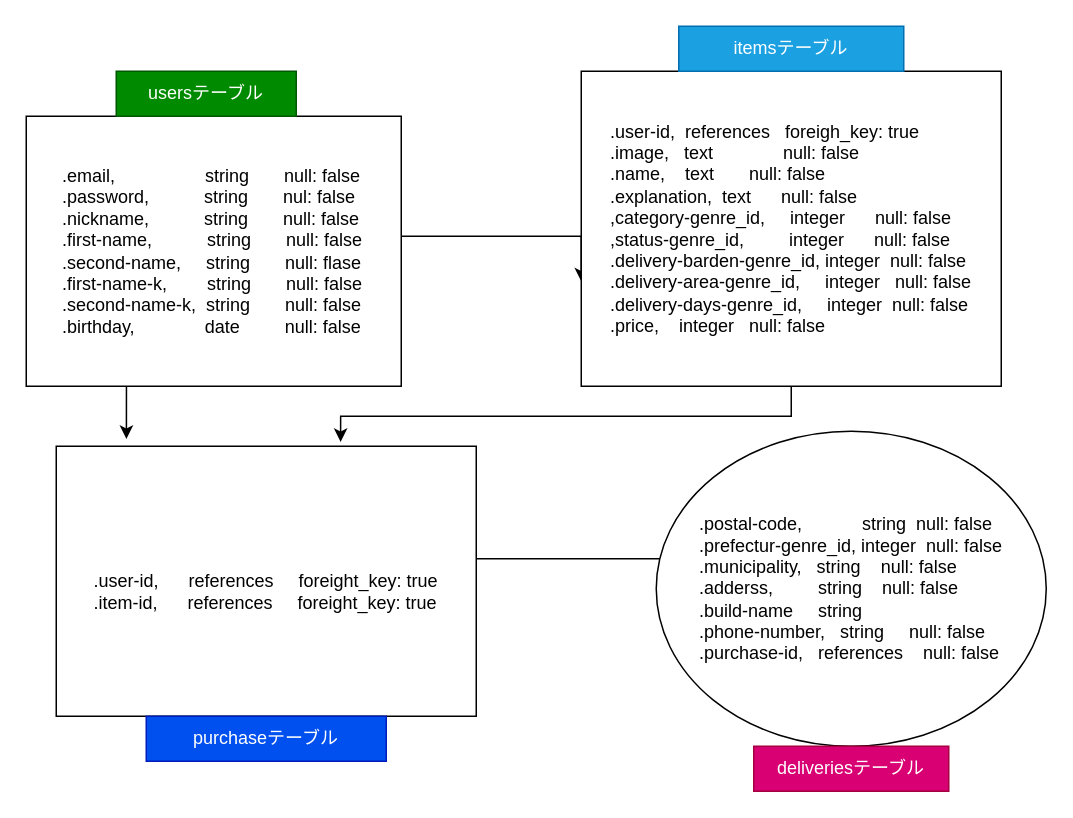
okadahideya/furima-31743 keeps this draw.io diagram as furima.dio. Above is the earlier version. Source tidied: cells renumbered, new cells numbered last; positions are measured from the earlier drawing's top-left corner, leaving out a move shared by most shapes. Both pictures are drawn from the tidied source at 150%, with x=0, y=0 at pixel (26, 26).
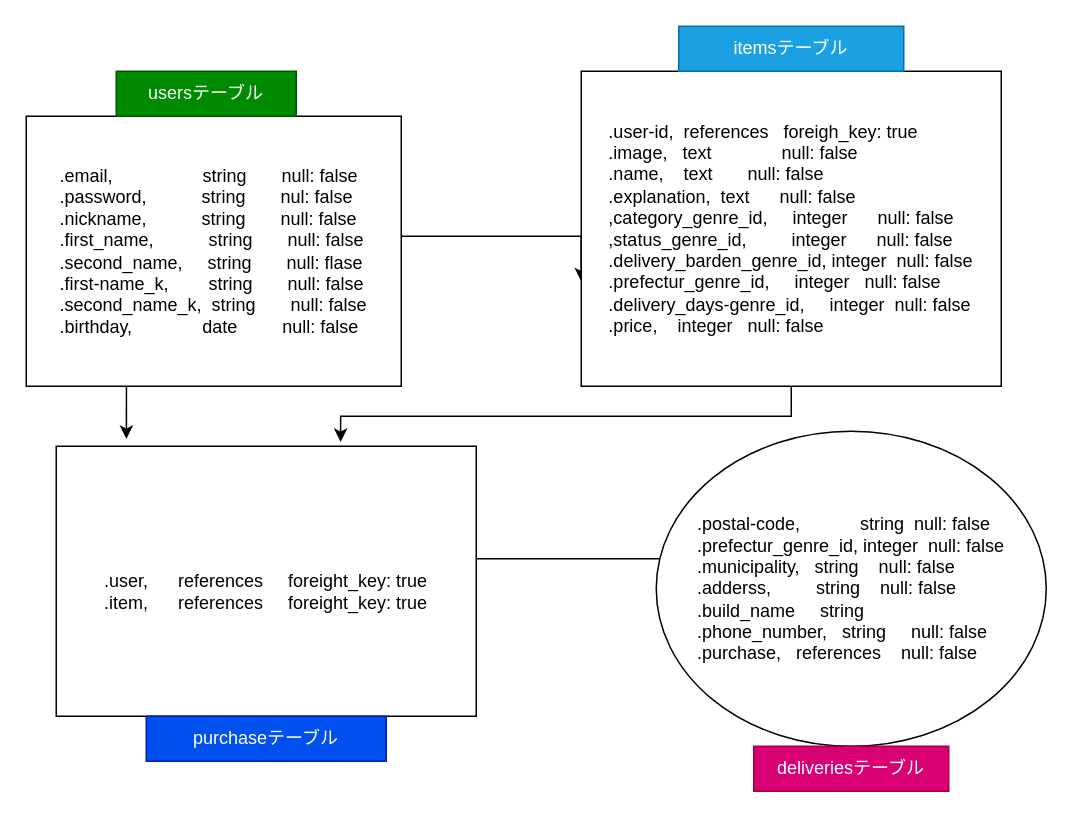
After the change.

The edit, as a diff of the source:
```diff
@@
 <mxGraphModel>
   <root>
     <mxCell id="0" />
     <mxCell id="1" parent="0" />
     <mxCell id="2" style="edgeStyle=orthogonalEdgeStyle;rounded=0;jettySize=auto;html=1;exitX=1;exitY=0.5;exitDx=0;exitDy=0;entryX=0;entryY=0.667;entryDx=0;entryDy=0;entryPerimeter=0;" parent="1" edge="1" source="4" target="6">
       <mxGeometry relative="1" as="geometry">
         <Array as="points">
           <mxPoint x="250" y="140" />
         </Array>
       </mxGeometry>
     </mxCell>
     <mxCell id="3" style="edgeStyle=orthogonalEdgeStyle;rounded=0;jettySize=auto;html=1;exitX=0.25;exitY=1;exitDx=0;exitDy=0;entryX=0.167;entryY=-0.027;entryDx=0;entryDy=0;entryPerimeter=0;" parent="1" edge="1" source="4" target="8">
       <mxGeometry relative="1" as="geometry" />
     </mxCell>
-    <mxCell id="4" value="&lt;div style=&quot;text-align: justify&quot;&gt;.email,&amp;nbsp; &amp;nbsp; &amp;nbsp; &amp;nbsp; &amp;nbsp; &amp;nbsp; &amp;nbsp; &amp;nbsp; &amp;nbsp; string&amp;nbsp; &amp;nbsp; &amp;nbsp; &amp;nbsp;null: false&lt;/div&gt;&lt;div style=&quot;text-align: justify&quot;&gt;&lt;span&gt;.password,&amp;nbsp; &amp;nbsp; &amp;nbsp; &amp;nbsp; &amp;nbsp; &amp;nbsp;string&amp;nbsp; &amp;nbsp; &amp;nbsp; &amp;nbsp;nul: false&lt;/span&gt;&lt;/div&gt;&lt;div style=&quot;text-align: justify&quot;&gt;&lt;span&gt;.nickname,&amp;nbsp; &amp;nbsp; &amp;nbsp; &amp;nbsp; &amp;nbsp; &amp;nbsp;string&amp;nbsp; &amp;nbsp; &amp;nbsp; &amp;nbsp;null: false&amp;nbsp;&lt;/span&gt;&lt;/div&gt;&lt;div style=&quot;text-align: justify&quot;&gt;&lt;span&gt;.first-name,&amp;nbsp; &amp;nbsp; &amp;nbsp; &amp;nbsp; &amp;nbsp; &amp;nbsp;string&amp;nbsp; &amp;nbsp; &amp;nbsp; &amp;nbsp;null: false&lt;/span&gt;&lt;/div&gt;&lt;div style=&quot;text-align: justify&quot;&gt;&lt;span&gt;.second-name,&amp;nbsp; &amp;nbsp; &amp;nbsp;string&amp;nbsp; &amp;nbsp; &amp;nbsp; &amp;nbsp;null: flase&lt;/span&gt;&lt;/div&gt;&lt;div style=&quot;text-align: justify&quot;&gt;&lt;span&gt;.first-name-k,&amp;nbsp; &amp;nbsp; &amp;nbsp; &amp;nbsp; string&amp;nbsp; &amp;nbsp; &amp;nbsp; &amp;nbsp;null: false&lt;/span&gt;&lt;/div&gt;&lt;div style=&quot;text-align: justify&quot;&gt;&lt;span&gt;.second-name-k,&amp;nbsp; string&amp;nbsp; &amp;nbsp; &amp;nbsp; &amp;nbsp;null: false&lt;/span&gt;&lt;/div&gt;&lt;div style=&quot;text-align: justify&quot;&gt;&lt;span&gt;.birthday,&amp;nbsp; &amp;nbsp; &amp;nbsp; &amp;nbsp; &amp;nbsp; &amp;nbsp; &amp;nbsp; date&amp;nbsp; &amp;nbsp; &amp;nbsp; &amp;nbsp; &amp;nbsp;null: false&lt;/span&gt;&lt;/div&gt;" style="whiteSpace=wrap;html=1;align=center;" parent="1" vertex="1">
+    <mxCell id="4" value="&lt;div style=&quot;text-align: justify&quot;&gt;.email,&amp;nbsp; &amp;nbsp; &amp;nbsp; &amp;nbsp; &amp;nbsp; &amp;nbsp; &amp;nbsp; &amp;nbsp; &amp;nbsp; string&amp;nbsp; &amp;nbsp; &amp;nbsp; &amp;nbsp;null: false&lt;/div&gt;&lt;div style=&quot;text-align: justify&quot;&gt;&lt;span&gt;.password,&amp;nbsp; &amp;nbsp; &amp;nbsp; &amp;nbsp; &amp;nbsp; &amp;nbsp;string&amp;nbsp; &amp;nbsp; &amp;nbsp; &amp;nbsp;nul: false&lt;/span&gt;&lt;/div&gt;&lt;div style=&quot;text-align: justify&quot;&gt;&lt;span&gt;.nickname,&amp;nbsp; &amp;nbsp; &amp;nbsp; &amp;nbsp; &amp;nbsp; &amp;nbsp;string&amp;nbsp; &amp;nbsp; &amp;nbsp; &amp;nbsp;null: false&amp;nbsp;&lt;/span&gt;&lt;/div&gt;&lt;div style=&quot;text-align: justify&quot;&gt;&lt;span&gt;.first_name,&amp;nbsp; &amp;nbsp; &amp;nbsp; &amp;nbsp; &amp;nbsp; &amp;nbsp;string&amp;nbsp; &amp;nbsp; &amp;nbsp; &amp;nbsp;null: false&lt;/span&gt;&lt;/div&gt;&lt;div style=&quot;text-align: justify&quot;&gt;&lt;span&gt;.second_name,&amp;nbsp; &amp;nbsp; &amp;nbsp;string&amp;nbsp; &amp;nbsp; &amp;nbsp; &amp;nbsp;null: flase&lt;/span&gt;&lt;/div&gt;&lt;div style=&quot;text-align: justify&quot;&gt;&lt;span&gt;.first-name_k,&amp;nbsp; &amp;nbsp; &amp;nbsp; &amp;nbsp; string&amp;nbsp; &amp;nbsp; &amp;nbsp; &amp;nbsp;null: false&lt;/span&gt;&lt;/div&gt;&lt;div style=&quot;text-align: justify&quot;&gt;&lt;span&gt;.second_name_k,&amp;nbsp; string&amp;nbsp; &amp;nbsp; &amp;nbsp; &amp;nbsp;null: false&lt;/span&gt;&lt;/div&gt;&lt;div style=&quot;text-align: justify&quot;&gt;&lt;span&gt;.birthday,&amp;nbsp; &amp;nbsp; &amp;nbsp; &amp;nbsp; &amp;nbsp; &amp;nbsp; &amp;nbsp; date&amp;nbsp; &amp;nbsp; &amp;nbsp; &amp;nbsp; &amp;nbsp;null: false&lt;/span&gt;&lt;/div&gt;" style="whiteSpace=wrap;html=1;align=center;" parent="1" vertex="1">
       <mxGeometry y="60" width="250" height="180" as="geometry" />
     </mxCell>
     <mxCell id="5" style="edgeStyle=orthogonalEdgeStyle;rounded=0;jettySize=auto;html=1;exitX=0.5;exitY=1;exitDx=0;exitDy=0;entryX=0.677;entryY=-0.016;entryDx=0;entryDy=0;entryPerimeter=0;" parent="1" edge="1" source="6" target="8">
       <mxGeometry relative="1" as="geometry" />
     </mxCell>
-    <mxCell id="6" value="&lt;blockquote style=&quot;margin: 0 0 0 40px ; border: none ; padding: 0px&quot;&gt;&lt;/blockquote&gt;&lt;span&gt;&lt;div style=&quot;text-align: justify&quot;&gt;&lt;span&gt;.user-id,&amp;nbsp; references&amp;nbsp; &amp;nbsp;foreigh_key: true&lt;/span&gt;&lt;/div&gt;&lt;/span&gt;&lt;blockquote style=&quot;margin: 0 0 0 40px ; border: none ; padding: 0px&quot;&gt;&lt;/blockquote&gt;&lt;span&gt;&lt;div style=&quot;text-align: justify&quot;&gt;&lt;span&gt;.image,&amp;nbsp; &amp;nbsp;text&amp;nbsp; &amp;nbsp; &amp;nbsp; &amp;nbsp; &amp;nbsp; &amp;nbsp; &amp;nbsp; null: false&lt;/span&gt;&lt;/div&gt;&lt;/span&gt;&lt;blockquote style=&quot;margin: 0 0 0 40px ; border: none ; padding: 0px&quot;&gt;&lt;/blockquote&gt;&lt;span&gt;&lt;div style=&quot;text-align: justify&quot;&gt;&lt;span&gt;.name,&amp;nbsp; &amp;nbsp; text&amp;nbsp; &amp;nbsp; &amp;nbsp; &amp;nbsp;null: false&lt;/span&gt;&lt;/div&gt;&lt;/span&gt;&lt;blockquote style=&quot;margin: 0 0 0 40px ; border: none ; padding: 0px&quot;&gt;&lt;/blockquote&gt;&lt;span&gt;&lt;div style=&quot;text-align: justify&quot;&gt;&lt;span&gt;.explanation,&amp;nbsp; text&amp;nbsp; &amp;nbsp; &amp;nbsp; null: false&lt;/span&gt;&lt;/div&gt;&lt;/span&gt;&lt;blockquote style=&quot;margin: 0 0 0 40px ; border: none ; padding: 0px&quot;&gt;&lt;/blockquote&gt;&lt;span&gt;&lt;div style=&quot;text-align: justify&quot;&gt;&lt;span&gt;,category-genre_id,&amp;nbsp; &amp;nbsp; &amp;nbsp;integer&amp;nbsp; &amp;nbsp; &amp;nbsp; null: false&lt;/span&gt;&lt;/div&gt;&lt;/span&gt;&lt;blockquote style=&quot;margin: 0 0 0 40px ; border: none ; padding: 0px&quot;&gt;&lt;/blockquote&gt;&lt;span&gt;&lt;div style=&quot;text-align: justify&quot;&gt;&lt;span&gt;,status-genre_id,&amp;nbsp; &amp;nbsp; &amp;nbsp; &amp;nbsp; &amp;nbsp;integer&amp;nbsp; &amp;nbsp; &amp;nbsp; null: false&lt;/span&gt;&lt;/div&gt;&lt;/span&gt;&lt;blockquote style=&quot;margin: 0 0 0 40px ; border: none ; padding: 0px&quot;&gt;&lt;/blockquote&gt;&lt;span&gt;&lt;div style=&quot;text-align: justify&quot;&gt;&lt;span&gt;.delivery-barden-genre_id, integer&amp;nbsp; null: false&lt;/span&gt;&lt;/div&gt;&lt;/span&gt;&lt;blockquote style=&quot;margin: 0 0 0 40px ; border: none ; padding: 0px&quot;&gt;&lt;/blockquote&gt;&lt;span&gt;&lt;div style=&quot;text-align: justify&quot;&gt;&lt;span&gt;.delivery-area-genre_id,&amp;nbsp; &amp;nbsp; &amp;nbsp;integer&amp;nbsp; &amp;nbsp;null: false&lt;/span&gt;&lt;/div&gt;&lt;/span&gt;&lt;blockquote style=&quot;margin: 0 0 0 40px ; border: none ; padding: 0px&quot;&gt;&lt;/blockquote&gt;&lt;span&gt;&lt;div style=&quot;text-align: justify&quot;&gt;&lt;span&gt;.delivery-days-genre_id,&amp;nbsp; &amp;nbsp; &amp;nbsp;integer&amp;nbsp; null: false&lt;/span&gt;&lt;/div&gt;&lt;/span&gt;&lt;span&gt;&lt;div style=&quot;text-align: justify&quot;&gt;&lt;span&gt;.price,&amp;nbsp; &amp;nbsp; integer&amp;nbsp; &amp;nbsp;null: false&lt;/span&gt;&lt;/div&gt;&lt;/span&gt;" style="whiteSpace=wrap;html=1;" parent="1" vertex="1">
+    <mxCell id="6" value="&lt;blockquote style=&quot;margin: 0 0 0 40px ; border: none ; padding: 0px&quot;&gt;&lt;/blockquote&gt;&lt;span&gt;&lt;div style=&quot;text-align: justify&quot;&gt;&lt;span&gt;.user-id,&amp;nbsp; references&amp;nbsp; &amp;nbsp;foreigh_key: true&lt;/span&gt;&lt;/div&gt;&lt;/span&gt;&lt;blockquote style=&quot;margin: 0 0 0 40px ; border: none ; padding: 0px&quot;&gt;&lt;/blockquote&gt;&lt;span&gt;&lt;div style=&quot;text-align: justify&quot;&gt;&lt;span&gt;.image,&amp;nbsp; &amp;nbsp;text&amp;nbsp; &amp;nbsp; &amp;nbsp; &amp;nbsp; &amp;nbsp; &amp;nbsp; &amp;nbsp; null: false&lt;/span&gt;&lt;/div&gt;&lt;/span&gt;&lt;blockquote style=&quot;margin: 0 0 0 40px ; border: none ; padding: 0px&quot;&gt;&lt;/blockquote&gt;&lt;span&gt;&lt;div style=&quot;text-align: justify&quot;&gt;&lt;span&gt;.name,&amp;nbsp; &amp;nbsp; text&amp;nbsp; &amp;nbsp; &amp;nbsp; &amp;nbsp;null: false&lt;/span&gt;&lt;/div&gt;&lt;/span&gt;&lt;blockquote style=&quot;margin: 0 0 0 40px ; border: none ; padding: 0px&quot;&gt;&lt;/blockquote&gt;&lt;span&gt;&lt;div style=&quot;text-align: justify&quot;&gt;&lt;span&gt;.explanation,&amp;nbsp; text&amp;nbsp; &amp;nbsp; &amp;nbsp; null: false&lt;/span&gt;&lt;/div&gt;&lt;/span&gt;&lt;blockquote style=&quot;margin: 0 0 0 40px ; border: none ; padding: 0px&quot;&gt;&lt;/blockquote&gt;&lt;span&gt;&lt;div style=&quot;text-align: justify&quot;&gt;&lt;span&gt;,category_genre_id,&amp;nbsp; &amp;nbsp; &amp;nbsp;integer&amp;nbsp; &amp;nbsp; &amp;nbsp; null: false&lt;/span&gt;&lt;/div&gt;&lt;/span&gt;&lt;blockquote style=&quot;margin: 0 0 0 40px ; border: none ; padding: 0px&quot;&gt;&lt;/blockquote&gt;&lt;span&gt;&lt;div style=&quot;text-align: justify&quot;&gt;&lt;span&gt;,status_genre_id,&amp;nbsp; &amp;nbsp; &amp;nbsp; &amp;nbsp; &amp;nbsp;integer&amp;nbsp; &amp;nbsp; &amp;nbsp; null: false&lt;/span&gt;&lt;/div&gt;&lt;/span&gt;&lt;blockquote style=&quot;margin: 0 0 0 40px ; border: none ; padding: 0px&quot;&gt;&lt;/blockquote&gt;&lt;span&gt;&lt;div style=&quot;text-align: justify&quot;&gt;&lt;span&gt;.delivery_barden_genre_id, integer&amp;nbsp; null: false&lt;/span&gt;&lt;/div&gt;&lt;/span&gt;&lt;blockquote style=&quot;margin: 0 0 0 40px ; border: none ; padding: 0px&quot;&gt;&lt;/blockquote&gt;&lt;span&gt;&lt;div style=&quot;text-align: justify&quot;&gt;&lt;span&gt;.prefectur_genre_id,&amp;nbsp; &amp;nbsp; &amp;nbsp;integer&amp;nbsp; &amp;nbsp;null: false&lt;/span&gt;&lt;/div&gt;&lt;/span&gt;&lt;blockquote style=&quot;margin: 0 0 0 40px ; border: none ; padding: 0px&quot;&gt;&lt;/blockquote&gt;&lt;span&gt;&lt;div style=&quot;text-align: justify&quot;&gt;&lt;span&gt;.delivery_days-genre_id,&amp;nbsp; &amp;nbsp; &amp;nbsp;integer&amp;nbsp; null: false&lt;/span&gt;&lt;/div&gt;&lt;/span&gt;&lt;span&gt;&lt;div style=&quot;text-align: justify&quot;&gt;&lt;span&gt;.price,&amp;nbsp; &amp;nbsp; integer&amp;nbsp; &amp;nbsp;null: false&lt;/span&gt;&lt;/div&gt;&lt;/span&gt;" style="whiteSpace=wrap;html=1;" parent="1" vertex="1">
       <mxGeometry x="370" y="30" width="280" height="210" as="geometry" />
     </mxCell>
     <mxCell id="7" style="edgeStyle=orthogonalEdgeStyle;rounded=0;jettySize=auto;html=1;exitX=1;exitY=0.5;exitDx=0;exitDy=0;entryX=0;entryY=0.5;entryDx=0;entryDy=0;" parent="1" edge="1" source="8" target="9">
       <mxGeometry relative="1" as="geometry">
         <Array as="points">
           <mxPoint x="430" y="355" />
         </Array>
       </mxGeometry>
     </mxCell>
-    <mxCell id="8" value="&lt;div style=&quot;text-align: justify&quot;&gt;&lt;br&gt;&lt;/div&gt;&lt;div style=&quot;text-align: justify&quot;&gt;&lt;span&gt;.user-id,&amp;nbsp; &amp;nbsp; &amp;nbsp; references&amp;nbsp; &amp;nbsp; &amp;nbsp;foreight_key: true&lt;/span&gt;&lt;/div&gt;&lt;div style=&quot;text-align: justify&quot;&gt;&lt;span&gt;.item-id,&amp;nbsp; &amp;nbsp; &amp;nbsp; references&amp;nbsp; &amp;nbsp; &amp;nbsp;foreight_key: true&lt;/span&gt;&lt;/div&gt;" style="whiteSpace=wrap;html=1;" parent="1" vertex="1">
+    <mxCell id="8" value="&lt;div style=&quot;text-align: justify&quot;&gt;&lt;br&gt;&lt;/div&gt;&lt;div style=&quot;text-align: justify&quot;&gt;&lt;span&gt;.user,&amp;nbsp; &amp;nbsp; &amp;nbsp; references&amp;nbsp; &amp;nbsp; &amp;nbsp;foreight_key: true&lt;/span&gt;&lt;/div&gt;&lt;div style=&quot;text-align: justify&quot;&gt;&lt;span&gt;.item,&amp;nbsp; &amp;nbsp; &amp;nbsp; references&amp;nbsp; &amp;nbsp; &amp;nbsp;foreight_key: true&lt;/span&gt;&lt;/div&gt;" style="whiteSpace=wrap;html=1;" parent="1" vertex="1">
       <mxGeometry x="20" y="280" width="280" height="180" as="geometry" />
     </mxCell>
-    <mxCell id="9" value="&lt;div style=&quot;text-align: justify&quot;&gt;&lt;span&gt;.postal-code,&amp;nbsp; &amp;nbsp; &amp;nbsp; &amp;nbsp; &amp;nbsp; &amp;nbsp; string&amp;nbsp; null: false&lt;/span&gt;&lt;/div&gt;&lt;div style=&quot;text-align: justify&quot;&gt;&lt;span&gt;.prefectur-genre_id, integer&amp;nbsp; null: false&lt;/span&gt;&lt;/div&gt;&lt;div style=&quot;text-align: justify&quot;&gt;&lt;span&gt;.municipality,&amp;nbsp; &amp;nbsp;string&amp;nbsp; &amp;nbsp; null: false&lt;/span&gt;&lt;/div&gt;&lt;div style=&quot;text-align: justify&quot;&gt;&lt;span&gt;.adderss,&amp;nbsp; &amp;nbsp; &amp;nbsp; &amp;nbsp; &amp;nbsp;string&amp;nbsp; &amp;nbsp; null: false&lt;/span&gt;&lt;/div&gt;&lt;div style=&quot;text-align: justify&quot;&gt;&lt;span&gt;.build-name&amp;nbsp; &amp;nbsp; &amp;nbsp;string&lt;/span&gt;&lt;/div&gt;&lt;div style=&quot;text-align: justify&quot;&gt;&lt;span&gt;.phone-number,&amp;nbsp; &amp;nbsp;string&amp;nbsp; &amp;nbsp; &amp;nbsp;null: false&lt;/span&gt;&lt;/div&gt;&lt;div style=&quot;text-align: justify&quot;&gt;&lt;span&gt;.purchase-id,&amp;nbsp; &amp;nbsp;references&amp;nbsp; &amp;nbsp; null: false&lt;/span&gt;&lt;/div&gt;" style="ellipse;whiteSpace=wrap;html=1;" parent="1" vertex="1">
+    <mxCell id="9" value="&lt;div style=&quot;text-align: justify&quot;&gt;&lt;span&gt;.postal-code,&amp;nbsp; &amp;nbsp; &amp;nbsp; &amp;nbsp; &amp;nbsp; &amp;nbsp; string&amp;nbsp; null: false&lt;/span&gt;&lt;/div&gt;&lt;div style=&quot;text-align: justify&quot;&gt;&lt;span&gt;.prefectur_genre_id, integer&amp;nbsp; null: false&lt;/span&gt;&lt;/div&gt;&lt;div style=&quot;text-align: justify&quot;&gt;&lt;span&gt;.municipality,&amp;nbsp; &amp;nbsp;string&amp;nbsp; &amp;nbsp; null: false&lt;/span&gt;&lt;/div&gt;&lt;div style=&quot;text-align: justify&quot;&gt;&lt;span&gt;.adderss,&amp;nbsp; &amp;nbsp; &amp;nbsp; &amp;nbsp; &amp;nbsp;string&amp;nbsp; &amp;nbsp; null: false&lt;/span&gt;&lt;/div&gt;&lt;div style=&quot;text-align: justify&quot;&gt;&lt;span&gt;.build_name&amp;nbsp; &amp;nbsp; &amp;nbsp;string&lt;/span&gt;&lt;/div&gt;&lt;div style=&quot;text-align: justify&quot;&gt;&lt;span&gt;.phone_number,&amp;nbsp; &amp;nbsp;string&amp;nbsp; &amp;nbsp; &amp;nbsp;null: false&lt;/span&gt;&lt;/div&gt;&lt;div style=&quot;text-align: justify&quot;&gt;&lt;span&gt;.purchase,&amp;nbsp; &amp;nbsp;references&amp;nbsp; &amp;nbsp; null: false&lt;/span&gt;&lt;/div&gt;" style="ellipse;whiteSpace=wrap;html=1;" parent="1" vertex="1">
       <mxGeometry x="420" y="270" width="260" height="210" as="geometry" />
     </mxCell>
     <mxCell id="10" value="usersテーブル" style="whiteSpace=wrap;html=1;fillColor=#008a00;strokeColor=#005700;fontColor=#ffffff;" parent="1" vertex="1">
       <mxGeometry x="60" y="30" width="120" height="30" as="geometry" />
     </mxCell>
     <mxCell id="11" value="itemsテーブル" style="whiteSpace=wrap;html=1;fillColor=#1ba1e2;strokeColor=#006EAF;fontColor=#ffffff;" parent="1" vertex="1">
       <mxGeometry x="435" width="150" height="30" as="geometry" />
     </mxCell>
     <mxCell id="12" value="purchaseテーブル" style="whiteSpace=wrap;html=1;fillColor=#0050ef;strokeColor=#001DBC;fontColor=#ffffff;" parent="1" vertex="1">
       <mxGeometry x="80" y="460" width="160" height="30" as="geometry" />
     </mxCell>
     <mxCell id="13" value="deliveriesテーブル" style="whiteSpace=wrap;html=1;fillColor=#d80073;strokeColor=#A50040;fontColor=#ffffff;" parent="1" vertex="1">
       <mxGeometry x="485" y="480" width="130" height="30" as="geometry" />
     </mxCell>
   </root>
 </mxGraphModel>
```
